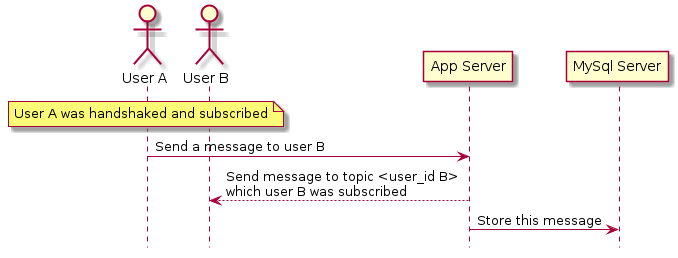
Before: img/seq-digarams/chatsingle.png, a diagram exported from PlantUML (noradomi/foo-app). The source it was exported from:
```plantuml
@startuml chatsingle
hide footbox

actor "User A"
actor "User B"

note over "User A": User A was handshaked and subscribed
"User A" -> "App Server": Send a message to user B
"App Server" --> "User B": Send message to topic <user_id B> \nwhich user B was subscribed
"App Server" -> "MySql Server": Store this message

@enduml
```
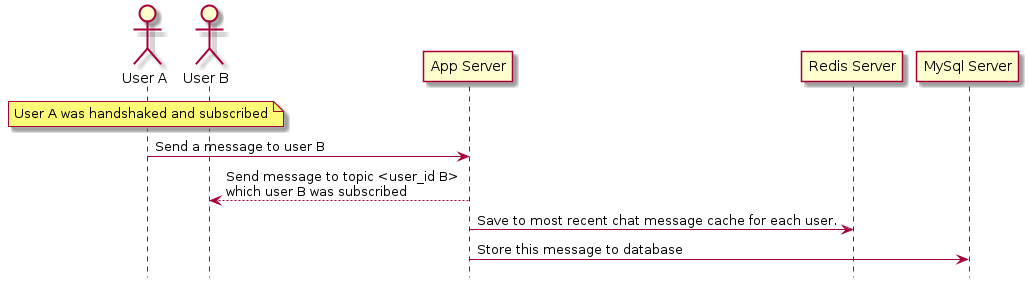
The same diagram one commit later.

Commit message:
Fix some refused use cases

The edit, as a diff of the source:
```diff
@@ -7,6 +7,7 @@
 note over "User A": User A was handshaked and subscribed
 "User A" -> "App Server": Send a message to user B
 "App Server" --> "User B": Send message to topic <user_id B> \nwhich user B was subscribed
-"App Server" -> "MySql Server": Store this message
+"App Server" -> "Redis Server": Save to most recent chat message cache for each user.
+"App Server" -> "MySql Server": Store this message to database
 
 @enduml
```
